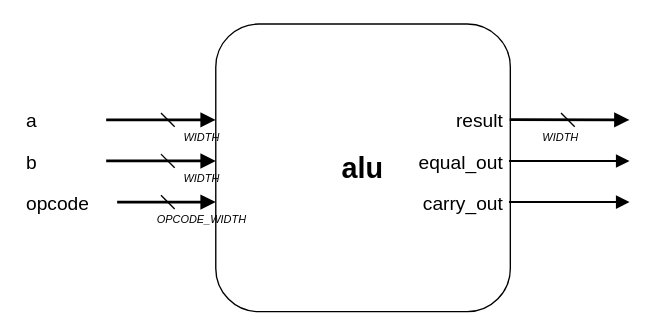
This is documentation/schematics/alu.drawio from ChutsE/uC_8bits, a draw.io file, before an edit. Source tidied: cells renumbered, new cells numbered last; positions are measured from the earlier drawing's top-left corner, leaving out a move shared by most shapes. Both pictures are drawn from the tidied source at 137%, with x=0, y=0 at pixel (23, 23).
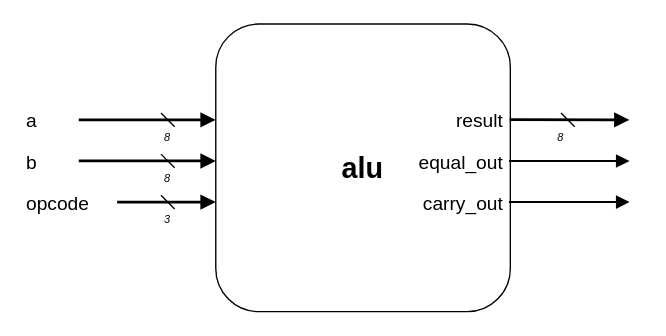
The same page after the edit.

What changed in the source:
```diff
@@
     <mxCell id="3" value="a" style="text;align=left;verticalAlign=middle;fontSize=14;fontColor=light-dark(#000000,#FFFFFF);labelBackgroundColor=none;" parent="1" vertex="1">
-      <mxGeometry y="60" width="60" height="20" as="geometry" />
+      <mxGeometry y="60" width="40" height="20" as="geometry" />
     </mxCell>
@@
-    <mxCell id="5" value="WIDTH" style="text;align=center;verticalAlign=top;fontSize=8;fontStyle=2;fontColor=light-dark(#000000,#B3B3B3);labelBackgroundColor=none;" parent="1" vertex="1">
-      <mxGeometry x="70" y="72" width="120" height="16" as="geometry" />
+    <mxCell id="5" value="8" style="text;align=center;verticalAlign=top;fontSize=8;fontStyle=2;fontColor=light-dark(#000000,#B3B3B3);labelBackgroundColor=none;" parent="1" vertex="1">
+      <mxGeometry x="70" y="72" width="70" height="16" as="geometry" />
     </mxCell>
@@
     <mxCell id="7" value="b" style="text;align=left;verticalAlign=middle;fontSize=14;fontColor=light-dark(#000000,#FFFFFF);labelBackgroundColor=none;" parent="1" vertex="1">
-      <mxGeometry y="90" width="60" height="20" as="geometry" />
+      <mxGeometry y="90" width="40" height="20" as="geometry" />
     </mxCell>
@@
-    <mxCell id="9" value="WIDTH" style="text;align=center;verticalAlign=top;fontSize=8;fontStyle=2;fontColor=light-dark(#000000,#B3B3B3);labelBackgroundColor=none;" parent="1" vertex="1">
-      <mxGeometry x="70" y="102" width="120" height="16" as="geometry" />
+    <mxCell id="9" value="8" style="text;align=center;verticalAlign=top;fontSize=8;fontStyle=2;fontColor=light-dark(#000000,#B3B3B3);labelBackgroundColor=none;" parent="1" vertex="1">
+      <mxGeometry x="70" y="102" width="70" height="16" as="geometry" />
     </mxCell>
@@
-    <mxCell id="13" value="OPCODE_WIDTH" style="text;align=center;verticalAlign=top;fontSize=8;fontStyle=2;fontColor=light-dark(#000000,#B3B3B3);labelBackgroundColor=none;" parent="1" vertex="1">
-      <mxGeometry x="70" y="132" width="120" height="16" as="geometry" />
+    <mxCell id="13" value="3" style="text;align=center;verticalAlign=top;fontSize=8;fontStyle=2;fontColor=light-dark(#000000,#B3B3B3);labelBackgroundColor=none;" parent="1" vertex="1">
+      <mxGeometry x="70" y="132" width="70" height="16" as="geometry" />
     </mxCell>
@@
-    <mxCell id="17" value="WIDTH" style="text;align=center;verticalAlign=top;fontSize=8;fontStyle=2;fontColor=light-dark(#000000,#B3B3B3);labelBackgroundColor=none;" parent="1" vertex="1">
+    <mxCell id="17" value="8" style="text;align=center;verticalAlign=top;fontSize=8;fontStyle=2;fontColor=light-dark(#000000,#B3B3B3);labelBackgroundColor=none;" parent="1" vertex="1">
       <mxGeometry x="332" y="72" width="120" height="16" as="geometry" />
     </mxCell>
```
